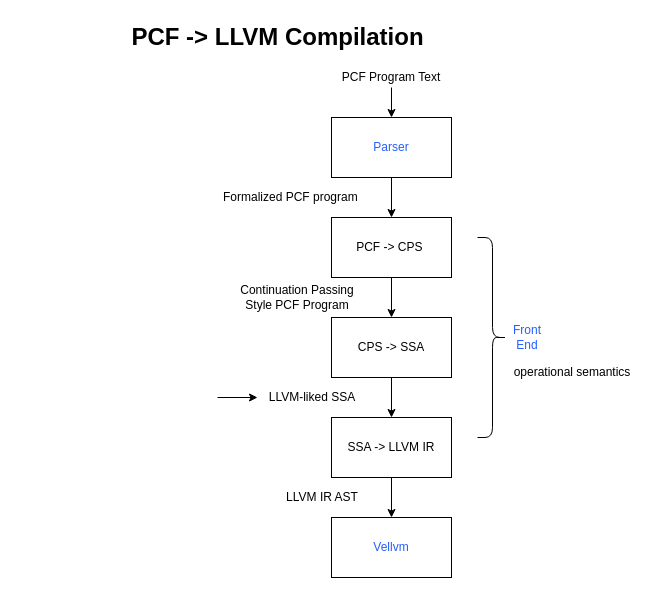
This is llvmfront.drawio from ABigDoge/MyDiagrams, a draw.io file, before an edit. Source tidied: cells renumbered, new cells numbered last; positions are measured from the earlier drawing's top-left corner, leaving out a move shared by most shapes. Both pictures are drawn from the tidied source at 100%, with x=0, y=0 at pixel (187, 17).
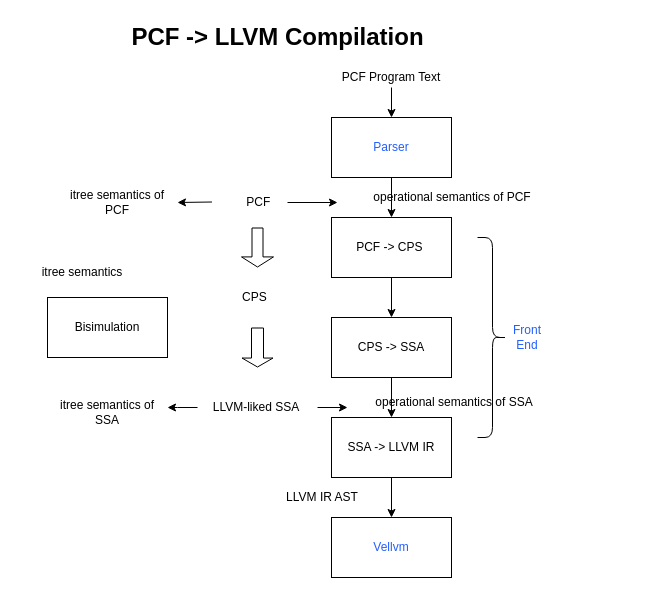
The same diagram, later.

The edit, as a diff of the source:
```diff
@@
-    <mxCell id="15" value="Formalized PCF program&amp;nbsp;" style="text;html=1;strokeColor=none;fillColor=none;align=center;verticalAlign=middle;whiteSpace=wrap;rounded=0;" parent="1" vertex="1">
-      <mxGeometry y="170" width="210" height="20" as="geometry" />
+    <mxCell id="15" value="PCF&amp;nbsp;" style="text;html=1;strokeColor=none;fillColor=none;align=center;verticalAlign=middle;whiteSpace=wrap;rounded=0;" parent="1" vertex="1">
+      <mxGeometry x="40" y="175" width="65.5" height="20" as="geometry" />
     </mxCell>
-    <mxCell id="16" value="Continuation Passing Style PCF Program" style="text;html=1;strokeColor=none;fillColor=none;align=center;verticalAlign=middle;whiteSpace=wrap;rounded=0;" parent="1" vertex="1">
-      <mxGeometry x="40" y="270" width="140" height="20" as="geometry" />
+    <mxCell id="16" value="CPS&amp;nbsp;" style="text;html=1;strokeColor=none;fillColor=none;align=center;verticalAlign=middle;whiteSpace=wrap;rounded=0;" parent="1" vertex="1">
+      <mxGeometry x="34" y="270" width="70" height="20" as="geometry" />
     </mxCell>
     <mxCell id="17" value="LLVM-liked SSA" style="text;html=1;strokeColor=none;fillColor=none;align=center;verticalAlign=middle;whiteSpace=wrap;rounded=0;" parent="1" vertex="1">
-      <mxGeometry x="70" y="370" width="110" height="20" as="geometry" />
+      <mxGeometry x="14" y="380" width="110" height="20" as="geometry" />
     </mxCell>
@@
-    <mxCell id="20" value="operational semantics" style="text;html=1;strokeColor=none;fillColor=none;align=center;verticalAlign=middle;whiteSpace=wrap;rounded=0;" parent="1" vertex="1">
-      <mxGeometry x="310" y="340" width="150" height="30" as="geometry" />
+    <mxCell id="20" value="operational semantics of PCF" style="text;html=1;strokeColor=none;fillColor=none;align=center;verticalAlign=middle;whiteSpace=wrap;rounded=0;" parent="1" vertex="1">
+      <mxGeometry x="170" y="165" width="190" height="30" as="geometry" />
     </mxCell>
-    <mxCell id="21" style="endArrow=classic;html=1;rounded=0;entryX=0;entryY=0.5;entryDx=0;entryDy=0;" parent="1" edge="1" target="17">
-      <mxGeometry relative="1" as="geometry">
-        <mxPoint x="30" y="380" as="sourcePoint" />
-      </mxGeometry>
-    </mxCell>
+    <mxCell id="22" value="Bisimulation" style="rounded=0;whiteSpace=wrap;html=1;" parent="1" vertex="1">
+      <mxGeometry x="-140" y="280" width="120" height="60" as="geometry" />
+    </mxCell>
+    <mxCell id="23" value="itree semantics" style="text;html=1;strokeColor=none;fillColor=none;align=center;verticalAlign=middle;whiteSpace=wrap;rounded=0;" parent="1" vertex="1">
+      <mxGeometry x="-170" y="240" width="130" height="30" as="geometry" />
+    </mxCell>
+    <mxCell id="24" style="shape=flexArrow;endArrow=classic;html=1;rounded=0;width=11;endSize=3.03;" parent="1" edge="1">
+      <mxGeometry relative="1" as="geometry">
+        <mxPoint x="70" y="210" as="sourcePoint" />
+        <mxPoint x="70" y="250" as="targetPoint" />
+      </mxGeometry>
+    </mxCell>
+    <mxCell id="25" style="shape=flexArrow;endArrow=classic;html=1;rounded=0;width=12;endSize=2.65;endWidth=18;" parent="1" edge="1">
+      <mxGeometry relative="1" as="geometry">
+        <mxPoint x="70" y="310" as="sourcePoint" />
+        <mxPoint x="70" y="350" as="targetPoint" />
+      </mxGeometry>
+    </mxCell>
+    <mxCell id="26" style="endArrow=classic;html=1;rounded=0;" parent="1" edge="1">
+      <mxGeometry relative="1" as="geometry">
+        <mxPoint x="10" y="390" as="sourcePoint" />
+        <mxPoint x="-20" y="390" as="targetPoint" />
+        <Array as="points">
+          <mxPoint x="-10" y="390" />
+        </Array>
+      </mxGeometry>
+    </mxCell>
+    <mxCell id="27" value="itree semantics of SSA" style="text;html=1;strokeColor=none;fillColor=none;align=center;verticalAlign=middle;whiteSpace=wrap;rounded=0;" parent="1" vertex="1">
+      <mxGeometry x="-130" y="380" width="100" height="30" as="geometry" />
+    </mxCell>
+    <mxCell id="28" value="operational&amp;nbsp;semantics of SSA" style="text;html=1;strokeColor=none;fillColor=none;align=center;verticalAlign=middle;whiteSpace=wrap;rounded=0;" parent="1" vertex="1">
+      <mxGeometry x="164" y="370" width="206" height="30" as="geometry" />
+    </mxCell>
+    <mxCell id="29" style="endArrow=classic;html=1;rounded=0;" parent="1" edge="1">
+      <mxGeometry relative="1" as="geometry">
+        <mxPoint x="130" y="390" as="sourcePoint" />
+        <mxPoint x="160" y="390" as="targetPoint" />
+      </mxGeometry>
+    </mxCell>
+    <mxCell id="30" value="itree semantics of PCF" style="text;html=1;strokeColor=none;fillColor=none;align=center;verticalAlign=middle;whiteSpace=wrap;rounded=0;" parent="1" vertex="1">
+      <mxGeometry x="-120" y="170" width="100" height="30" as="geometry" />
+    </mxCell>
+    <mxCell id="31" style="endArrow=classic;html=1;rounded=0;" parent="1" edge="1">
+      <mxGeometry relative="1" as="geometry">
+        <mxPoint x="24.5" y="184.5" as="sourcePoint" />
+        <mxPoint x="-10" y="185" as="targetPoint" />
+      </mxGeometry>
+    </mxCell>
+    <mxCell id="32" style="endArrow=classic;html=1;rounded=0;" parent="1" edge="1">
+      <mxGeometry relative="1" as="geometry">
+        <mxPoint x="100" y="185" as="sourcePoint" />
+        <mxPoint x="150" y="185" as="targetPoint" />
+      </mxGeometry>
+    </mxCell>
```
